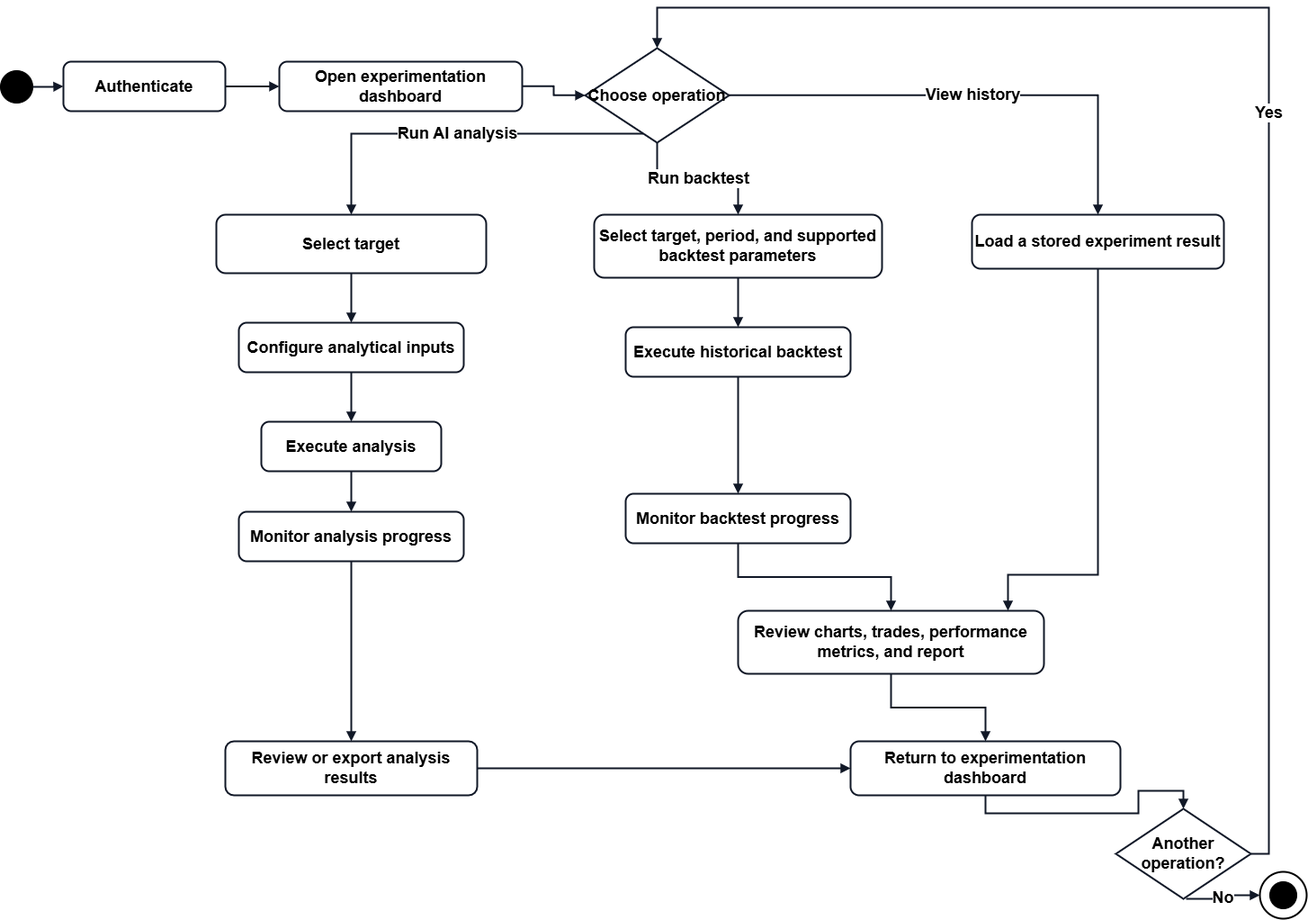
The draw.io diagram report/figures/chapter3/experimentation_backtesting_flow.png in lqhuy04/Thesis-22125031-22125035, before a commit. Source tidied: cells renumbered, new cells last; positions are measured from the earlier drawing's top-left corner, leaving out a move shared by most shapes.
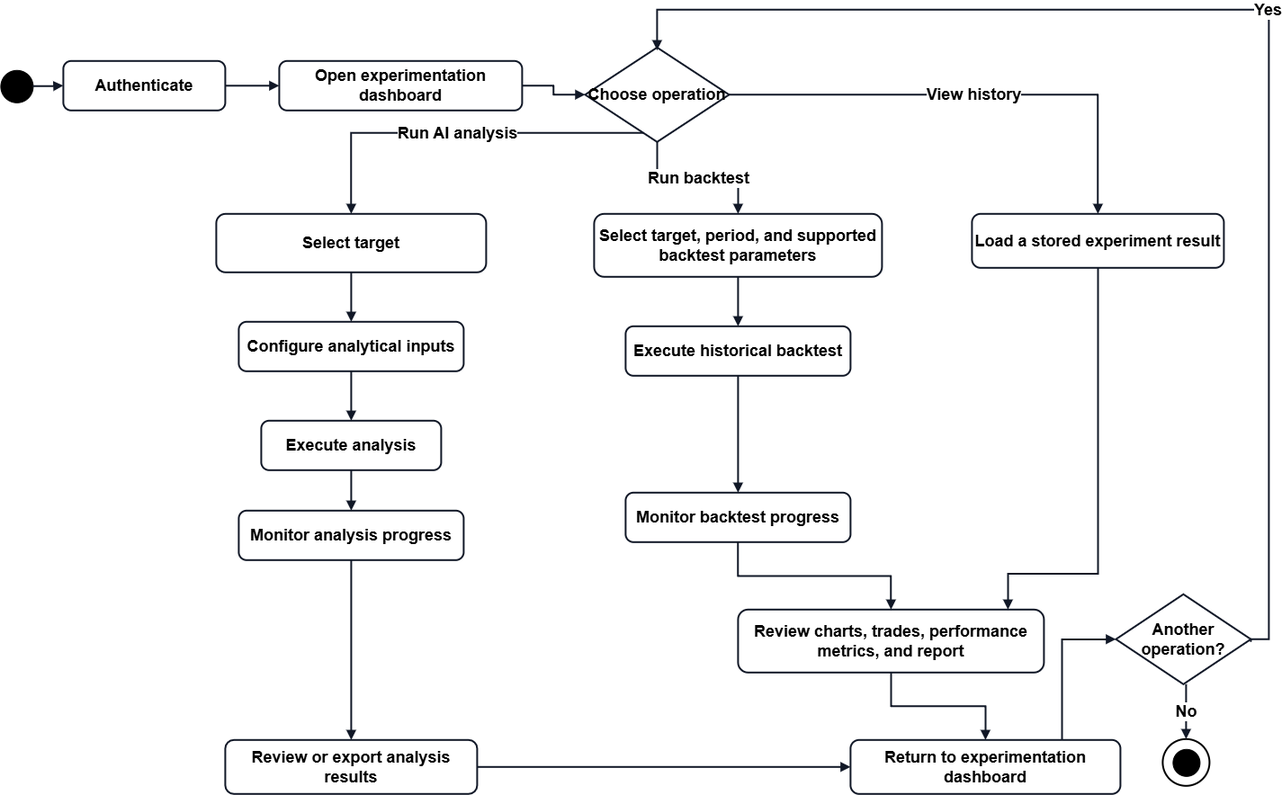
Later version of the same file.

The edit, as a diff of the source:
```diff
@@ -48,13 +48,13 @@
       <mxGeometry x="945" y="815" width="300" height="60" as="geometry" />
     </mxCell>
     <mxCell id="17" value="Another operation?" style="rhombus;whiteSpace=wrap;html=1;fillColor=#ffffff;strokeColor=#111827;strokeWidth=2;fontSize=18;fontStyle=1;" parent="1" vertex="1">
-      <mxGeometry x="1240" y="890" width="150" height="100" as="geometry" />
+      <mxGeometry x="1240" y="653" width="150" height="100" as="geometry" />
     </mxCell>
     <mxCell id="18" style="ellipse;whiteSpace=wrap;html=1;fillColor=#ffffff;strokeColor=#000000;strokeWidth=2;fontSize=18;fontStyle=1;" parent="1" vertex="1">
-      <mxGeometry x="1400" y="960" width="52" height="52" as="geometry" />
+      <mxGeometry x="1292" y="814" width="52" height="52" as="geometry" />
     </mxCell>
     <mxCell id="19" style="ellipse;whiteSpace=wrap;html=1;fillColor=#000000;strokeColor=#000000;fontSize=18;fontStyle=1;" parent="1" vertex="1">
-      <mxGeometry x="1411" y="971" width="30" height="30" as="geometry" />
+      <mxGeometry x="1303" y="825" width="30" height="30" as="geometry" />
     </mxCell>
     <mxCell id="20" style="edgeStyle=orthogonalEdgeStyle;rounded=0;jettySize=auto;html=1;endArrow=block;endFill=1;strokeColor=#111827;strokeWidth=2;fontSize=18;fontStyle=1;" parent="1" edge="1" source="2" target="3">
       <mxGeometry relative="1" as="geometry" />
@@ -114,20 +114,27 @@
       <mxGeometry relative="1" as="geometry" />
     </mxCell>
     <mxCell id="36" style="edgeStyle=orthogonalEdgeStyle;rounded=0;jettySize=auto;html=1;endArrow=block;endFill=1;strokeColor=#111827;strokeWidth=2;fontSize=18;fontStyle=1;" parent="1" edge="1" source="16" target="17">
-      <mxGeometry relative="1" as="geometry" />
+      <mxGeometry relative="1" as="geometry">
+        <Array as="points">
+          <mxPoint x="1180" y="703" />
+        </Array>
+      </mxGeometry>
     </mxCell>
-    <mxCell id="37" value="Yes" style="edgeStyle=orthogonalEdgeStyle;rounded=0;jettySize=auto;html=1;endArrow=block;endFill=1;strokeColor=#111827;strokeWidth=2;fontSize=18;labelBackgroundColor=#ffffff;entryX=0.5;entryY=0;entryDx=0;entryDy=0;exitX=1;exitY=0.5;exitDx=0;exitDy=0;fontStyle=1;" parent="1" edge="1" source="17" target="5">
+    <mxCell id="37" value="Yes" style="edgeStyle=orthogonalEdgeStyle;rounded=0;orthogonalLoop=1;jettySize=auto;html=1;endArrow=block;endFill=1;strokeColor=#111827;strokeWidth=2;fontSize=18;labelBackgroundColor=#ffffff;entryX=0.5;entryY=0;entryDx=0;entryDy=0;exitX=1;exitY=0.5;exitDx=0;exitDy=0;fontStyle=1;" parent="1" edge="1">
       <mxGeometry relative="1" as="geometry">
+        <mxPoint x="1390" y="706" as="sourcePoint" />
+        <mxPoint x="730" y="48" as="targetPoint" />
         <Array as="points">
-          <mxPoint x="1410" y="940" />
-          <mxPoint x="1410" />
-          <mxPoint x="730" />
+          <mxPoint x="1390" y="703" />
+          <mxPoint x="1410" y="703" />
+          <mxPoint x="1410" y="3" />
+          <mxPoint x="730" y="3" />
         </Array>
       </mxGeometry>
     </mxCell>
     <mxCell id="38" value="No" style="edgeStyle=orthogonalEdgeStyle;rounded=0;jettySize=auto;html=1;endArrow=block;endFill=1;strokeColor=#111827;strokeWidth=2;fontSize=18;labelBackgroundColor=#ffffff;fontStyle=1;" parent="1" edge="1" target="18">
       <mxGeometry relative="1" as="geometry">
-        <mxPoint x="1318" y="990" as="sourcePoint" />
+        <mxPoint x="1318" y="753" as="sourcePoint" />
       </mxGeometry>
     </mxCell>
   </root>
```
